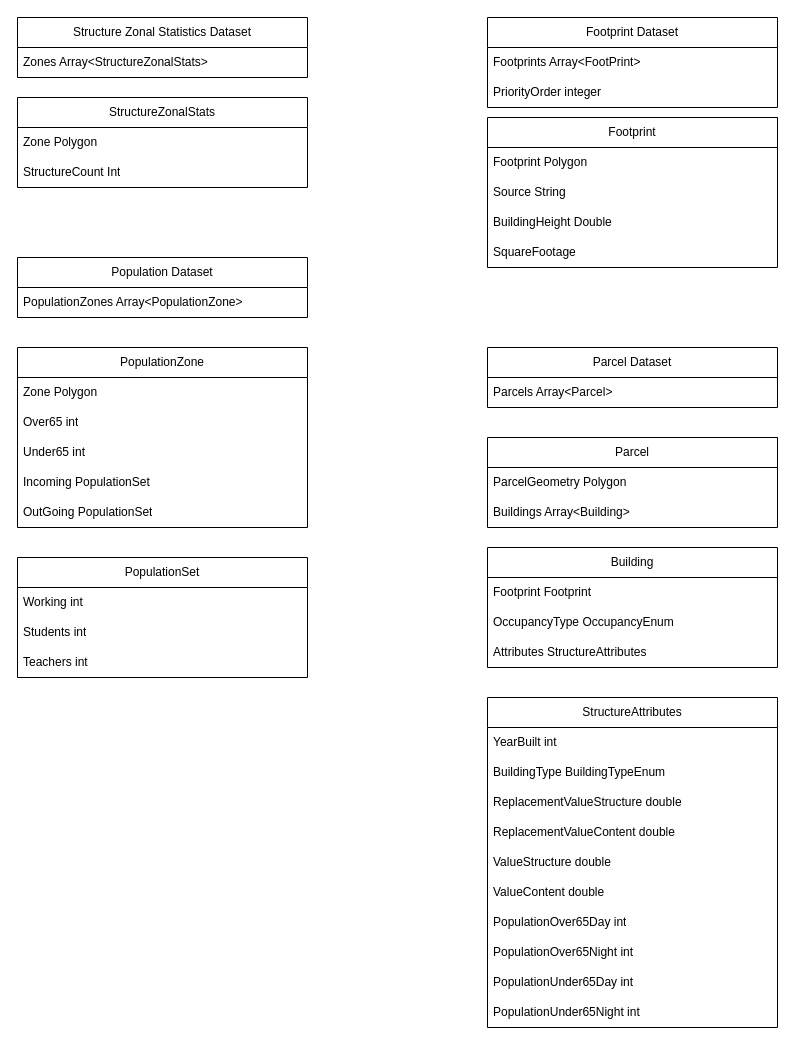
Above: page "ParcelDataset" (4 of 5) of drawio/ExampleDatasets.drawio in USACE-NSI/nsi-generator (draw.io), before the change. Source tidied: cells renumbered, new cells numbered last; positions are measured from the earlier drawing's top-left corner, leaving out a move shared by most shapes. Both pictures are drawn from the tidied source at 100%, with x=0, y=0 at pixel (17, 17).
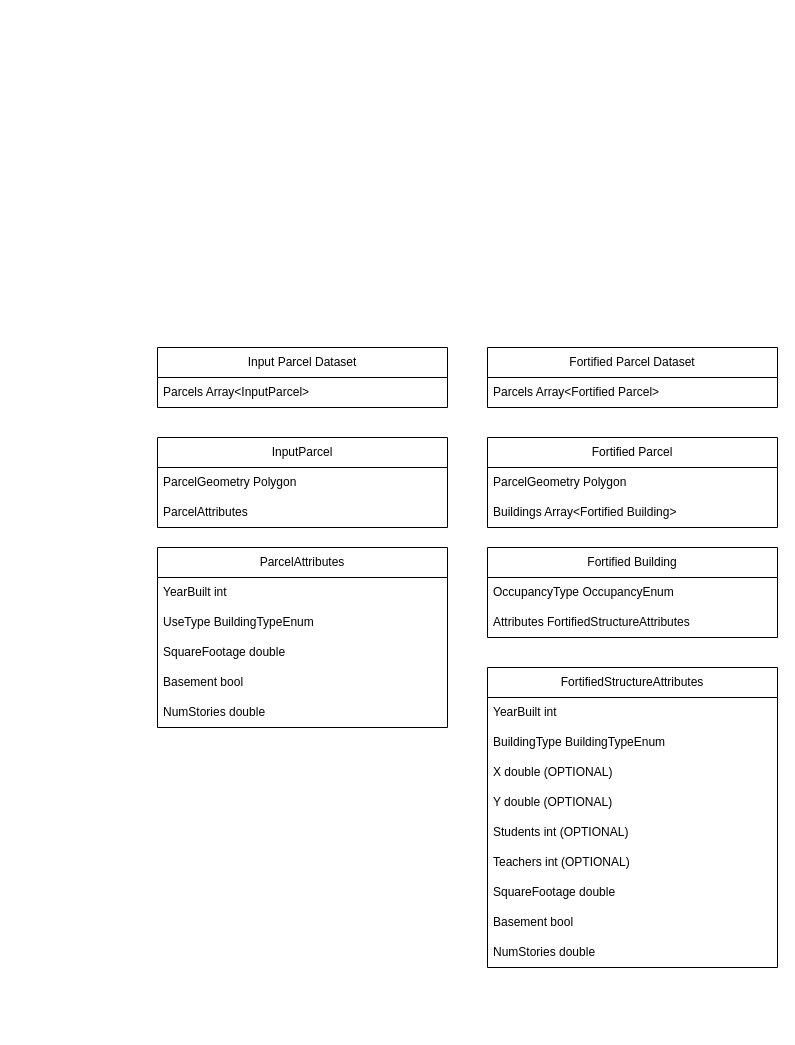
The same page after the edit.

Change to the diagram source:
```diff
@@
-    <mxCell id="2" value="Footprint Dataset" style="swimlane;fontStyle=0;horizontal=1;startSize=30;whiteSpace=wrap;html=1;" parent="1" vertex="1">
-      <mxGeometry x="470" width="290" height="90" as="geometry" />
-    </mxCell>
-    <mxCell id="3" value="Footprints Array&amp;lt;FootPrint&amp;gt;" style="text;strokeColor=none;fillColor=none;align=left;verticalAlign=middle;spacingLeft=4;spacingRight=4;overflow=hidden;whiteSpace=wrap;html=1;" parent="2" vertex="1">
-      <mxGeometry y="30" width="290" height="30" as="geometry" />
-    </mxCell>
-    <mxCell id="4" value="PriorityOrder integer" style="text;strokeColor=none;fillColor=none;align=left;verticalAlign=middle;spacingLeft=4;spacingRight=4;overflow=hidden;whiteSpace=wrap;html=1;" parent="2" vertex="1">
-      <mxGeometry y="60" width="290" height="30" as="geometry" />
-    </mxCell>
-    <mxCell id="5" value="Footprint" style="swimlane;fontStyle=0;horizontal=1;startSize=30;whiteSpace=wrap;html=1;" parent="1" vertex="1">
-      <mxGeometry x="470" y="100" width="290" height="150" as="geometry" />
-    </mxCell>
-    <mxCell id="6" value="Footprint Polygon" style="text;strokeColor=none;fillColor=none;align=left;verticalAlign=middle;spacingLeft=4;spacingRight=4;overflow=hidden;whiteSpace=wrap;html=1;" parent="5" vertex="1">
-      <mxGeometry y="30" width="290" height="30" as="geometry" />
-    </mxCell>
-    <mxCell id="7" value="Source String" style="text;strokeColor=none;fillColor=none;align=left;verticalAlign=middle;spacingLeft=4;spacingRight=4;overflow=hidden;whiteSpace=wrap;html=1;" parent="5" vertex="1">
-      <mxGeometry y="60" width="290" height="30" as="geometry" />
-    </mxCell>
-    <mxCell id="8" value="BuildingHeight Double" style="text;strokeColor=none;fillColor=none;align=left;verticalAlign=middle;spacingLeft=4;spacingRight=4;overflow=hidden;whiteSpace=wrap;html=1;" parent="5" vertex="1">
-      <mxGeometry y="90" width="290" height="30" as="geometry" />
-    </mxCell>
-    <mxCell id="9" value="SquareFootage" style="text;strokeColor=none;fillColor=none;align=left;verticalAlign=middle;spacingLeft=4;spacingRight=4;overflow=hidden;whiteSpace=wrap;html=1;" parent="5" vertex="1">
-      <mxGeometry y="120" width="290" height="30" as="geometry" />
-    </mxCell>
-    <mxCell id="10" value="Structure Zonal Statistics Dataset" style="swimlane;fontStyle=0;horizontal=1;startSize=30;whiteSpace=wrap;html=1;" parent="1" vertex="1">
-      <mxGeometry width="290" height="60" as="geometry" />
-    </mxCell>
-    <mxCell id="11" value="Zones Array&amp;lt;StructureZonalStats&amp;gt;" style="text;strokeColor=none;fillColor=none;align=left;verticalAlign=middle;spacingLeft=4;spacingRight=4;overflow=hidden;whiteSpace=wrap;html=1;" parent="10" vertex="1">
-      <mxGeometry y="30" width="290" height="30" as="geometry" />
-    </mxCell>
-    <mxCell id="12" value="StructureZonalStats" style="swimlane;fontStyle=0;horizontal=1;startSize=30;whiteSpace=wrap;html=1;" parent="1" vertex="1">
-      <mxGeometry y="80" width="290" height="90" as="geometry" />
-    </mxCell>
-    <mxCell id="13" value="Zone Polygon" style="text;strokeColor=none;fillColor=none;align=left;verticalAlign=middle;spacingLeft=4;spacingRight=4;overflow=hidden;whiteSpace=wrap;html=1;" parent="12" vertex="1">
-      <mxGeometry y="30" width="290" height="30" as="geometry" />
-    </mxCell>
-    <mxCell id="14" value="StructureCount Int" style="text;strokeColor=none;fillColor=none;align=left;verticalAlign=middle;spacingLeft=4;spacingRight=4;overflow=hidden;whiteSpace=wrap;html=1;" parent="12" vertex="1">
-      <mxGeometry y="60" width="290" height="30" as="geometry" />
-    </mxCell>
-    <mxCell id="15" value="Parcel Dataset" style="swimlane;fontStyle=0;horizontal=1;startSize=30;whiteSpace=wrap;html=1;" parent="1" vertex="1">
+    <mxCell id="15" value="Fortified Parcel Dataset" style="swimlane;fontStyle=0;horizontal=1;startSize=30;whiteSpace=wrap;html=1;" parent="1" vertex="1">
       <mxGeometry x="470" y="330" width="290" height="60" as="geometry" />
     </mxCell>
-    <mxCell id="16" value="Parcels Array&amp;lt;Parcel&amp;gt;" style="text;strokeColor=none;fillColor=none;align=left;verticalAlign=middle;spacingLeft=4;spacingRight=4;overflow=hidden;whiteSpace=wrap;html=1;" parent="15" vertex="1">
+    <mxCell id="16" value="Parcels Array&amp;lt;Fortified Parcel&amp;gt;" style="text;strokeColor=none;fillColor=none;align=left;verticalAlign=middle;spacingLeft=4;spacingRight=4;overflow=hidden;whiteSpace=wrap;html=1;" parent="15" vertex="1">
       <mxGeometry y="30" width="290" height="30" as="geometry" />
     </mxCell>
-    <mxCell id="17" value="Parcel" style="swimlane;fontStyle=0;horizontal=1;startSize=30;whiteSpace=wrap;html=1;" parent="1" vertex="1">
+    <mxCell id="17" value="Fortified Parcel" style="swimlane;fontStyle=0;horizontal=1;startSize=30;whiteSpace=wrap;html=1;" parent="1" vertex="1">
       <mxGeometry x="470" y="420" width="290" height="90" as="geometry" />
     </mxCell>
@@
-    <mxCell id="19" value="Buildings Array&amp;lt;Building&amp;gt;" style="text;strokeColor=none;fillColor=none;align=left;verticalAlign=middle;spacingLeft=4;spacingRight=4;overflow=hidden;whiteSpace=wrap;html=1;" parent="17" vertex="1">
+    <mxCell id="19" value="Buildings Array&amp;lt;Fortified Building&amp;gt;" style="text;strokeColor=none;fillColor=none;align=left;verticalAlign=middle;spacingLeft=4;spacingRight=4;overflow=hidden;whiteSpace=wrap;html=1;" parent="17" vertex="1">
       <mxGeometry y="60" width="290" height="30" as="geometry" />
     </mxCell>
-    <mxCell id="20" value="Population Dataset" style="swimlane;fontStyle=0;horizontal=1;startSize=30;whiteSpace=wrap;html=1;" parent="1" vertex="1">
-      <mxGeometry y="240" width="290" height="60" as="geometry" />
-    </mxCell>
-    <mxCell id="21" value="PopulationZones Array&amp;lt;PopulationZone&amp;gt;" style="text;strokeColor=none;fillColor=none;align=left;verticalAlign=middle;spacingLeft=4;spacingRight=4;overflow=hidden;whiteSpace=wrap;html=1;" parent="20" vertex="1">
-      <mxGeometry y="30" width="290" height="30" as="geometry" />
-    </mxCell>
-    <mxCell id="22" value="PopulationZone" style="swimlane;fontStyle=0;horizontal=1;startSize=30;whiteSpace=wrap;html=1;" parent="1" vertex="1">
-      <mxGeometry y="330" width="290" height="180" as="geometry" />
-    </mxCell>
-    <mxCell id="23" value="Zone Polygon" style="text;strokeColor=none;fillColor=none;align=left;verticalAlign=middle;spacingLeft=4;spacingRight=4;overflow=hidden;whiteSpace=wrap;html=1;" parent="22" vertex="1">
-      <mxGeometry y="30" width="290" height="30" as="geometry" />
-    </mxCell>
-    <mxCell id="24" value="Over65 int" style="text;strokeColor=none;fillColor=none;align=left;verticalAlign=middle;spacingLeft=4;spacingRight=4;overflow=hidden;whiteSpace=wrap;html=1;" parent="22" vertex="1">
-      <mxGeometry y="60" width="290" height="30" as="geometry" />
-    </mxCell>
-    <mxCell id="25" value="Under65 int" style="text;strokeColor=none;fillColor=none;align=left;verticalAlign=middle;spacingLeft=4;spacingRight=4;overflow=hidden;whiteSpace=wrap;html=1;" parent="22" vertex="1">
-      <mxGeometry y="90" width="290" height="30" as="geometry" />
-    </mxCell>
-    <mxCell id="26" value="Incoming PopulationSet" style="text;strokeColor=none;fillColor=none;align=left;verticalAlign=middle;spacingLeft=4;spacingRight=4;overflow=hidden;whiteSpace=wrap;html=1;" parent="22" vertex="1">
-      <mxGeometry y="120" width="290" height="30" as="geometry" />
-    </mxCell>
-    <mxCell id="27" value="OutGoing PopulationSet" style="text;strokeColor=none;fillColor=none;align=left;verticalAlign=middle;spacingLeft=4;spacingRight=4;overflow=hidden;whiteSpace=wrap;html=1;" parent="22" vertex="1">
-      <mxGeometry y="150" width="290" height="30" as="geometry" />
-    </mxCell>
-    <mxCell id="28" value="PopulationSet" style="swimlane;fontStyle=0;horizontal=1;startSize=30;whiteSpace=wrap;html=1;" parent="1" vertex="1">
-      <mxGeometry y="540" width="290" height="120" as="geometry" />
-    </mxCell>
-    <mxCell id="29" value="Working int" style="text;strokeColor=none;fillColor=none;align=left;verticalAlign=middle;spacingLeft=4;spacingRight=4;overflow=hidden;whiteSpace=wrap;html=1;" parent="28" vertex="1">
-      <mxGeometry y="30" width="290" height="30" as="geometry" />
-    </mxCell>
-    <mxCell id="30" value="Students int" style="text;strokeColor=none;fillColor=none;align=left;verticalAlign=middle;spacingLeft=4;spacingRight=4;overflow=hidden;whiteSpace=wrap;html=1;" parent="28" vertex="1">
-      <mxGeometry y="60" width="290" height="30" as="geometry" />
-    </mxCell>
-    <mxCell id="31" value="Teachers int" style="text;strokeColor=none;fillColor=none;align=left;verticalAlign=middle;spacingLeft=4;spacingRight=4;overflow=hidden;whiteSpace=wrap;html=1;" parent="28" vertex="1">
-      <mxGeometry y="90" width="290" height="30" as="geometry" />
-    </mxCell>
-    <mxCell id="32" value="Building" style="swimlane;fontStyle=0;horizontal=1;startSize=30;whiteSpace=wrap;html=1;" parent="1" vertex="1">
-      <mxGeometry x="470" y="530" width="290" height="120" as="geometry" />
+    <mxCell id="32" value="Fortified Building" style="swimlane;fontStyle=0;horizontal=1;startSize=30;whiteSpace=wrap;html=1;" parent="1" vertex="1">
+      <mxGeometry x="470" y="530" width="290" height="90" as="geometry" />
     </mxCell>
-    <mxCell id="33" value="Footprint Footprint" style="text;strokeColor=none;fillColor=none;align=left;verticalAlign=middle;spacingLeft=4;spacingRight=4;overflow=hidden;whiteSpace=wrap;html=1;" parent="32" vertex="1">
-      <mxGeometry y="30" width="290" height="30" as="geometry" />
-    </mxCell>
     <mxCell id="34" value="OccupancyType OccupancyEnum" style="text;strokeColor=none;fillColor=none;align=left;verticalAlign=middle;spacingLeft=4;spacingRight=4;overflow=hidden;whiteSpace=wrap;html=1;" parent="32" vertex="1">
-      <mxGeometry y="60" width="290" height="30" as="geometry" />
+      <mxGeometry y="30" width="290" height="30" as="geometry" />
     </mxCell>
-    <mxCell id="35" value="Attributes StructureAttributes" style="text;strokeColor=none;fillColor=none;align=left;verticalAlign=middle;spacingLeft=4;spacingRight=4;overflow=hidden;whiteSpace=wrap;html=1;" parent="32" vertex="1">
-      <mxGeometry y="90" width="290" height="30" as="geometry" />
+    <mxCell id="35" value="Attributes FortifiedStructureAttributes" style="text;strokeColor=none;fillColor=none;align=left;verticalAlign=middle;spacingLeft=4;spacingRight=4;overflow=hidden;whiteSpace=wrap;html=1;" parent="32" vertex="1">
+      <mxGeometry y="60" width="290" height="30" as="geometry" />
     </mxCell>
-    <mxCell id="36" value="StructureAttributes" style="swimlane;fontStyle=0;horizontal=1;startSize=30;whiteSpace=wrap;html=1;" parent="1" vertex="1">
-      <mxGeometry x="470" y="680" width="290" height="330" as="geometry" />
+    <mxCell id="36" value="FortifiedStructureAttributes" style="swimlane;fontStyle=0;horizontal=1;startSize=30;whiteSpace=wrap;html=1;" parent="1" vertex="1">
+      <mxGeometry x="470" y="650" width="290" height="300" as="geometry" />
     </mxCell>
@@
+    <mxCell id="47" value="BuildingType BuildingTypeEnum" style="text;strokeColor=none;fillColor=none;align=left;verticalAlign=middle;spacingLeft=4;spacingRight=4;overflow=hidden;whiteSpace=wrap;html=1;" parent="36" vertex="1">
+      <mxGeometry y="60" width="290" height="30" as="geometry" />
+    </mxCell>
+    <mxCell id="48" value="X double (OPTIONAL)" style="text;strokeColor=none;fillColor=none;align=left;verticalAlign=middle;spacingLeft=4;spacingRight=4;overflow=hidden;whiteSpace=wrap;html=1;" parent="36" vertex="1">
+      <mxGeometry y="90" width="290" height="30" as="geometry" />
+    </mxCell>
+    <mxCell id="49" value="Y double (OPTIONAL)" style="text;strokeColor=none;fillColor=none;align=left;verticalAlign=middle;spacingLeft=4;spacingRight=4;overflow=hidden;whiteSpace=wrap;html=1;" parent="36" vertex="1">
+      <mxGeometry y="120" width="290" height="30" as="geometry" />
+    </mxCell>
-    <mxCell id="38" value="BuildingType BuildingTypeEnum" style="text;strokeColor=none;fillColor=none;align=left;verticalAlign=middle;spacingLeft=4;spacingRight=4;overflow=hidden;whiteSpace=wrap;html=1;" parent="36" vertex="1">
-      <mxGeometry y="60" width="290" height="30" as="geometry" />
+    <mxCell id="38" value="Students int (OPTIONAL)" style="text;strokeColor=none;fillColor=none;align=left;verticalAlign=middle;spacingLeft=4;spacingRight=4;overflow=hidden;whiteSpace=wrap;html=1;" parent="36" vertex="1">
+      <mxGeometry y="150" width="290" height="30" as="geometry" />
     </mxCell>
-    <mxCell id="39" value="ReplacementValueStructure double" style="text;strokeColor=none;fillColor=none;align=left;verticalAlign=middle;spacingLeft=4;spacingRight=4;overflow=hidden;whiteSpace=wrap;html=1;" parent="36" vertex="1">
-      <mxGeometry y="90" width="290" height="30" as="geometry" />
-    </mxCell>
-    <mxCell id="40" value="ReplacementValueContent double" style="text;strokeColor=none;fillColor=none;align=left;verticalAlign=middle;spacingLeft=4;spacingRight=4;overflow=hidden;whiteSpace=wrap;html=1;" parent="36" vertex="1">
-      <mxGeometry y="120" width="290" height="30" as="geometry" />
-    </mxCell>
-    <mxCell id="41" value="ValueStructure double" style="text;strokeColor=none;fillColor=none;align=left;verticalAlign=middle;spacingLeft=4;spacingRight=4;overflow=hidden;whiteSpace=wrap;html=1;" parent="36" vertex="1">
-      <mxGeometry y="150" width="290" height="30" as="geometry" />
-    </mxCell>
-    <mxCell id="42" value="ValueContent double" style="text;strokeColor=none;fillColor=none;align=left;verticalAlign=middle;spacingLeft=4;spacingRight=4;overflow=hidden;whiteSpace=wrap;html=1;" parent="36" vertex="1">
-      <mxGeometry y="180" width="290" height="30" as="geometry" />
-    </mxCell>
-    <mxCell id="43" value="PopulationOver65Day int" style="text;strokeColor=none;fillColor=none;align=left;verticalAlign=middle;spacingLeft=4;spacingRight=4;overflow=hidden;whiteSpace=wrap;html=1;" parent="36" vertex="1">
-      <mxGeometry y="210" width="290" height="30" as="geometry" />
-    </mxCell>
-    <mxCell id="44" value="PopulationOver65Night int" style="text;strokeColor=none;fillColor=none;align=left;verticalAlign=middle;spacingLeft=4;spacingRight=4;overflow=hidden;whiteSpace=wrap;html=1;" parent="36" vertex="1">
-      <mxGeometry y="240" width="290" height="30" as="geometry" />
-    </mxCell>
-    <mxCell id="45" value="PopulationUnder65Day int" style="text;strokeColor=none;fillColor=none;align=left;verticalAlign=middle;spacingLeft=4;spacingRight=4;overflow=hidden;whiteSpace=wrap;html=1;" parent="36" vertex="1">
-      <mxGeometry y="270" width="290" height="30" as="geometry" />
-    </mxCell>
-    <mxCell id="46" value="PopulationUnder65Night int" style="text;strokeColor=none;fillColor=none;align=left;verticalAlign=middle;spacingLeft=4;spacingRight=4;overflow=hidden;whiteSpace=wrap;html=1;" parent="36" vertex="1">
-      <mxGeometry y="300" width="290" height="30" as="geometry" />
-    </mxCell>
+    <mxCell id="50" value="Teachers int (OPTIONAL)" style="text;strokeColor=none;fillColor=none;align=left;verticalAlign=middle;spacingLeft=4;spacingRight=4;overflow=hidden;whiteSpace=wrap;html=1;" parent="36" vertex="1">
+      <mxGeometry y="180" width="290" height="30" as="geometry" />
+    </mxCell>
+    <mxCell id="51" value="SquareFootage double" style="text;strokeColor=none;fillColor=none;align=left;verticalAlign=middle;spacingLeft=4;spacingRight=4;overflow=hidden;whiteSpace=wrap;html=1;" parent="36" vertex="1">
+      <mxGeometry y="210" width="290" height="30" as="geometry" />
+    </mxCell>
+    <mxCell id="52" value="Basement bool" style="text;strokeColor=none;fillColor=none;align=left;verticalAlign=middle;spacingLeft=4;spacingRight=4;overflow=hidden;whiteSpace=wrap;html=1;" parent="36" vertex="1">
+      <mxGeometry y="240" width="290" height="30" as="geometry" />
+    </mxCell>
+    <mxCell id="53" value="NumStories double" style="text;strokeColor=none;fillColor=none;align=left;verticalAlign=middle;spacingLeft=4;spacingRight=4;overflow=hidden;whiteSpace=wrap;html=1;" parent="36" vertex="1">
+      <mxGeometry y="270" width="290" height="30" as="geometry" />
+    </mxCell>
+    <mxCell id="54" value="Input Parcel Dataset" style="swimlane;fontStyle=0;horizontal=1;startSize=30;whiteSpace=wrap;html=1;" parent="1" vertex="1">
+      <mxGeometry x="140" y="330" width="290" height="60" as="geometry" />
+    </mxCell>
+    <mxCell id="55" value="Parcels Array&amp;lt;InputParcel&amp;gt;" style="text;strokeColor=none;fillColor=none;align=left;verticalAlign=middle;spacingLeft=4;spacingRight=4;overflow=hidden;whiteSpace=wrap;html=1;" parent="54" vertex="1">
+      <mxGeometry y="30" width="290" height="30" as="geometry" />
+    </mxCell>
+    <mxCell id="56" value="InputParcel" style="swimlane;fontStyle=0;horizontal=1;startSize=30;whiteSpace=wrap;html=1;" parent="1" vertex="1">
+      <mxGeometry x="140" y="420" width="290" height="90" as="geometry" />
+    </mxCell>
+    <mxCell id="57" value="ParcelGeometry Polygon" style="text;strokeColor=none;fillColor=none;align=left;verticalAlign=middle;spacingLeft=4;spacingRight=4;overflow=hidden;whiteSpace=wrap;html=1;" parent="56" vertex="1">
+      <mxGeometry y="30" width="290" height="30" as="geometry" />
+    </mxCell>
+    <mxCell id="58" value="ParcelAttributes" style="text;strokeColor=none;fillColor=none;align=left;verticalAlign=middle;spacingLeft=4;spacingRight=4;overflow=hidden;whiteSpace=wrap;html=1;" parent="56" vertex="1">
+      <mxGeometry y="60" width="290" height="30" as="geometry" />
+    </mxCell>
+    <mxCell id="59" value="ParcelAttributes" style="swimlane;fontStyle=0;horizontal=1;startSize=30;whiteSpace=wrap;html=1;" parent="1" vertex="1">
+      <mxGeometry x="140" y="530" width="290" height="180" as="geometry" />
+    </mxCell>
+    <mxCell id="60" value="YearBuilt int" style="text;strokeColor=none;fillColor=none;align=left;verticalAlign=middle;spacingLeft=4;spacingRight=4;overflow=hidden;whiteSpace=wrap;html=1;" parent="59" vertex="1">
+      <mxGeometry y="30" width="290" height="30" as="geometry" />
+    </mxCell>
+    <mxCell id="61" value="UseType BuildingTypeEnum" style="text;strokeColor=none;fillColor=none;align=left;verticalAlign=middle;spacingLeft=4;spacingRight=4;overflow=hidden;whiteSpace=wrap;html=1;" parent="59" vertex="1">
+      <mxGeometry y="60" width="290" height="30" as="geometry" />
+    </mxCell>
+    <mxCell id="62" value="SquareFootage double" style="text;strokeColor=none;fillColor=none;align=left;verticalAlign=middle;spacingLeft=4;spacingRight=4;overflow=hidden;whiteSpace=wrap;html=1;" parent="59" vertex="1">
+      <mxGeometry y="90" width="290" height="30" as="geometry" />
+    </mxCell>
+    <mxCell id="63" value="Basement bool" style="text;strokeColor=none;fillColor=none;align=left;verticalAlign=middle;spacingLeft=4;spacingRight=4;overflow=hidden;whiteSpace=wrap;html=1;" parent="59" vertex="1">
+      <mxGeometry y="120" width="290" height="30" as="geometry" />
+    </mxCell>
+    <mxCell id="64" value="NumStories double" style="text;strokeColor=none;fillColor=none;align=left;verticalAlign=middle;spacingLeft=4;spacingRight=4;overflow=hidden;whiteSpace=wrap;html=1;" parent="59" vertex="1">
+      <mxGeometry y="150" width="290" height="30" as="geometry" />
+    </mxCell>
```
